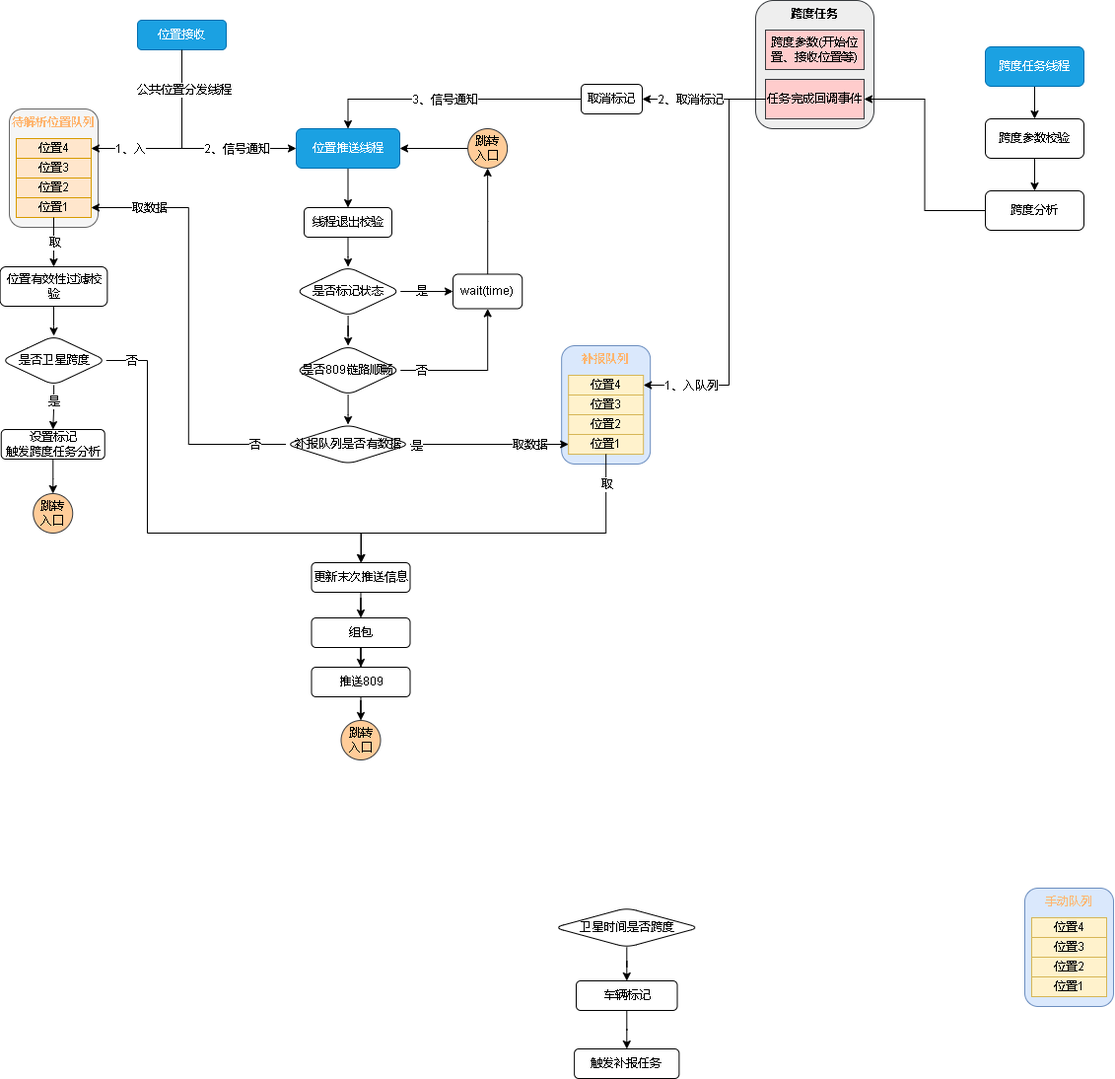
The draw.io diagram 809数据跨度.drawio.png in xktder/draw, before a commit. Source tidied: cells renumbered, new cells last; positions are measured from the earlier drawing's top-left corner, leaving out a move shared by most shapes.
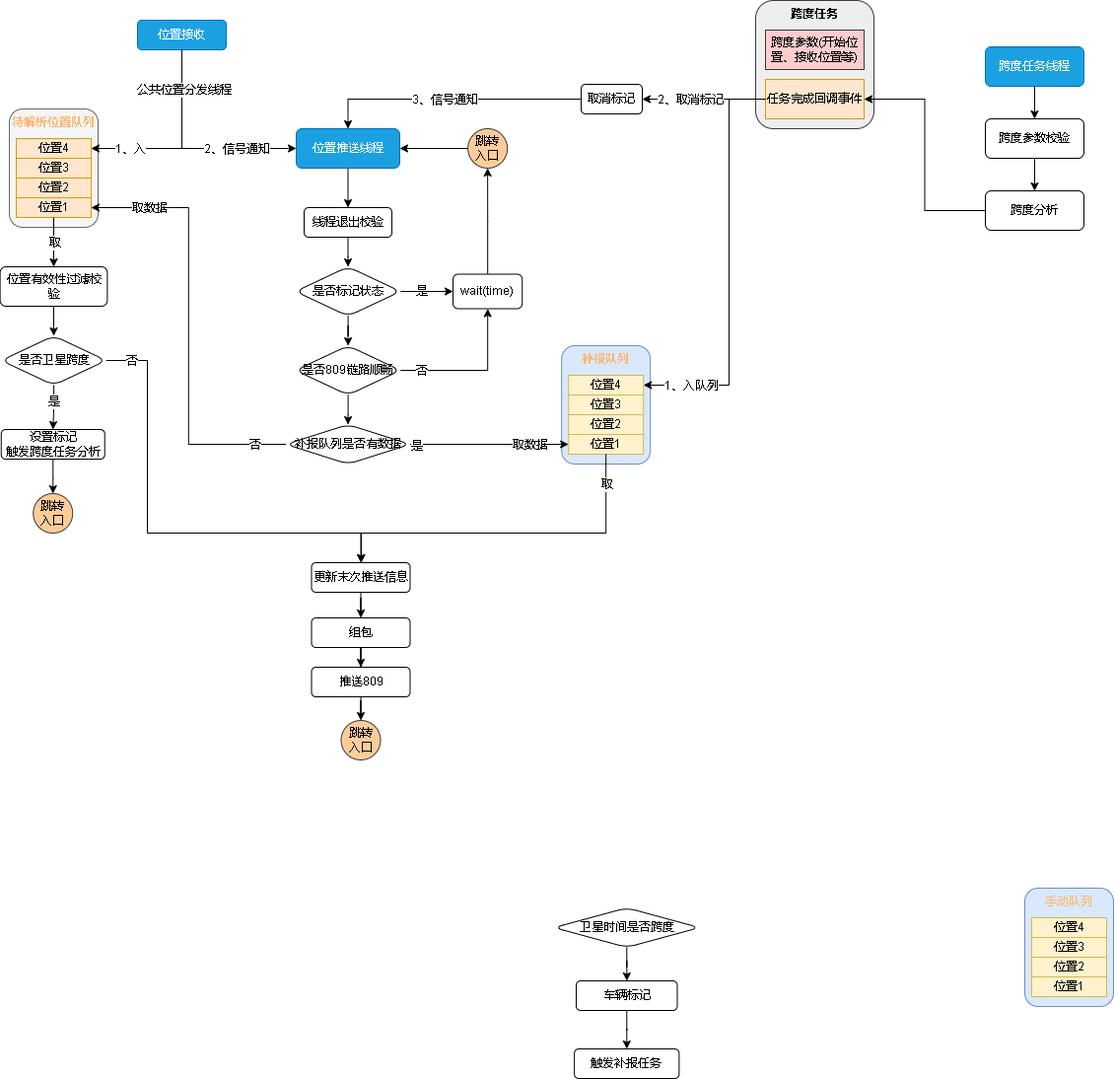
The same diagram one commit later.

Commit message:
更新809数据跨度.drawio.png

Change to the diagram source:
```diff
@@ -268,7 +268,7 @@
     <mxCell id="77" value="&lt;font color=&quot;#000000&quot;&gt;跨度参数(开始位置、接收位置等)&lt;/font&gt;" style="rounded=0;whiteSpace=wrap;html=1;fillColor=#ffcccc;strokeColor=#36393d;" parent="75" vertex="1">
       <mxGeometry x="10" y="30" width="100" height="40" as="geometry" />
     </mxCell>
-    <mxCell id="78" value="任务完成回调事件" style="rounded=0;whiteSpace=wrap;html=1;fillColor=#ffcccc;strokeColor=#36393d;" parent="75" vertex="1">
+    <mxCell id="78" value="任务完成回调事件" style="rounded=0;whiteSpace=wrap;html=1;fillColor=#ffe6cc;strokeColor=#d79b00;" parent="75" vertex="1">
       <mxGeometry x="10" y="80" width="100" height="40" as="geometry" />
     </mxCell>
     <mxCell id="79" style="edgeStyle=orthogonalEdgeStyle;rounded=0;jettySize=auto;html=1;entryX=0.5;entryY=0;entryDx=0;entryDy=0;fontColor=#000000;startArrow=none;" parent="1" edge="1" source="83" target="30">
```
